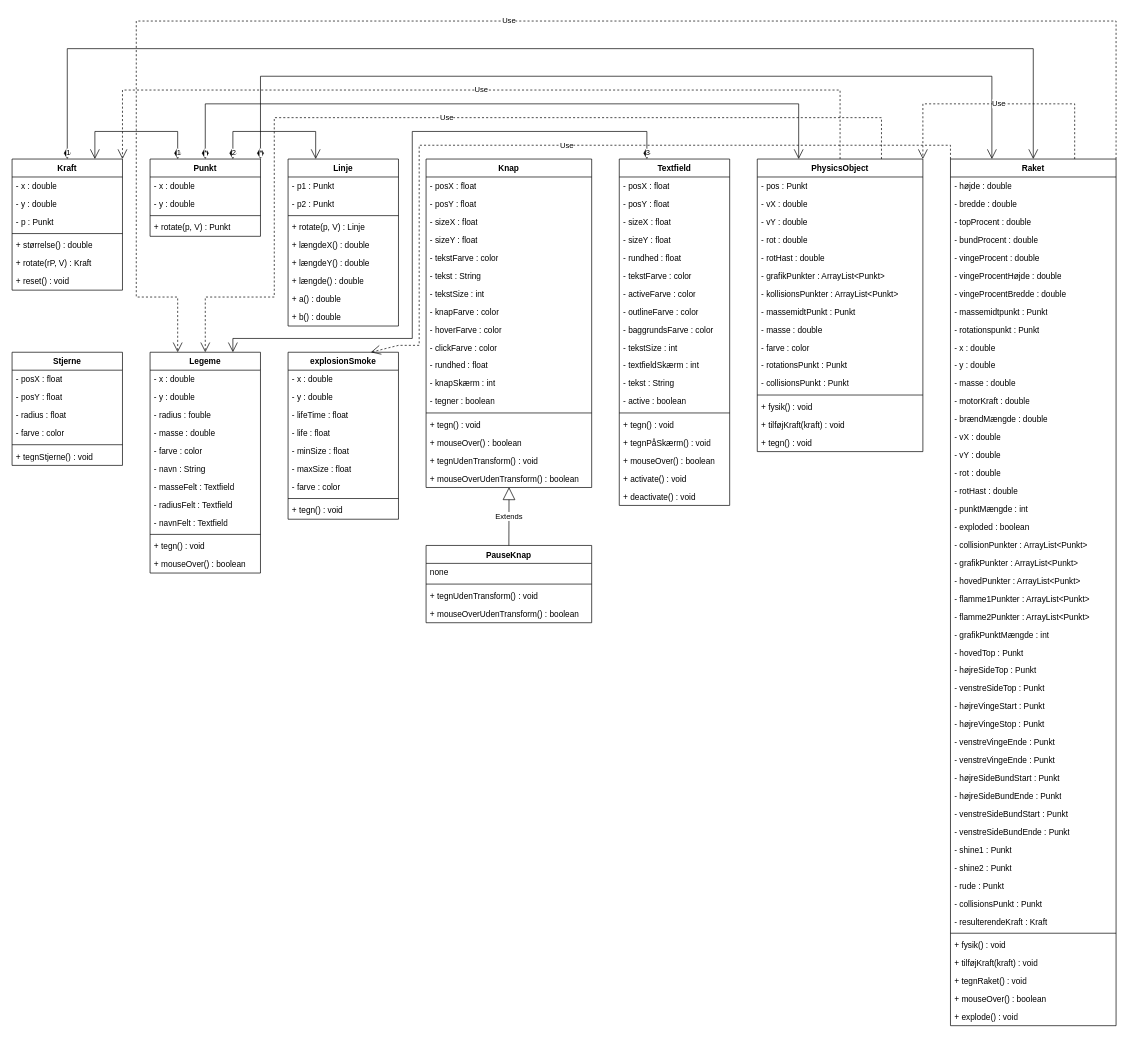
This is Diagram/ClassDiagram.drawio from NuddiGaming/Space-education, a draw.io file, before an edit. Source tidied: cells renumbered, new cells numbered last; positions are measured from the earlier drawing's top-left corner, leaving out a move shared by most shapes. Both pictures are drawn from the tidied source at 69%, with x=0, y=0 at pixel (12, 21).
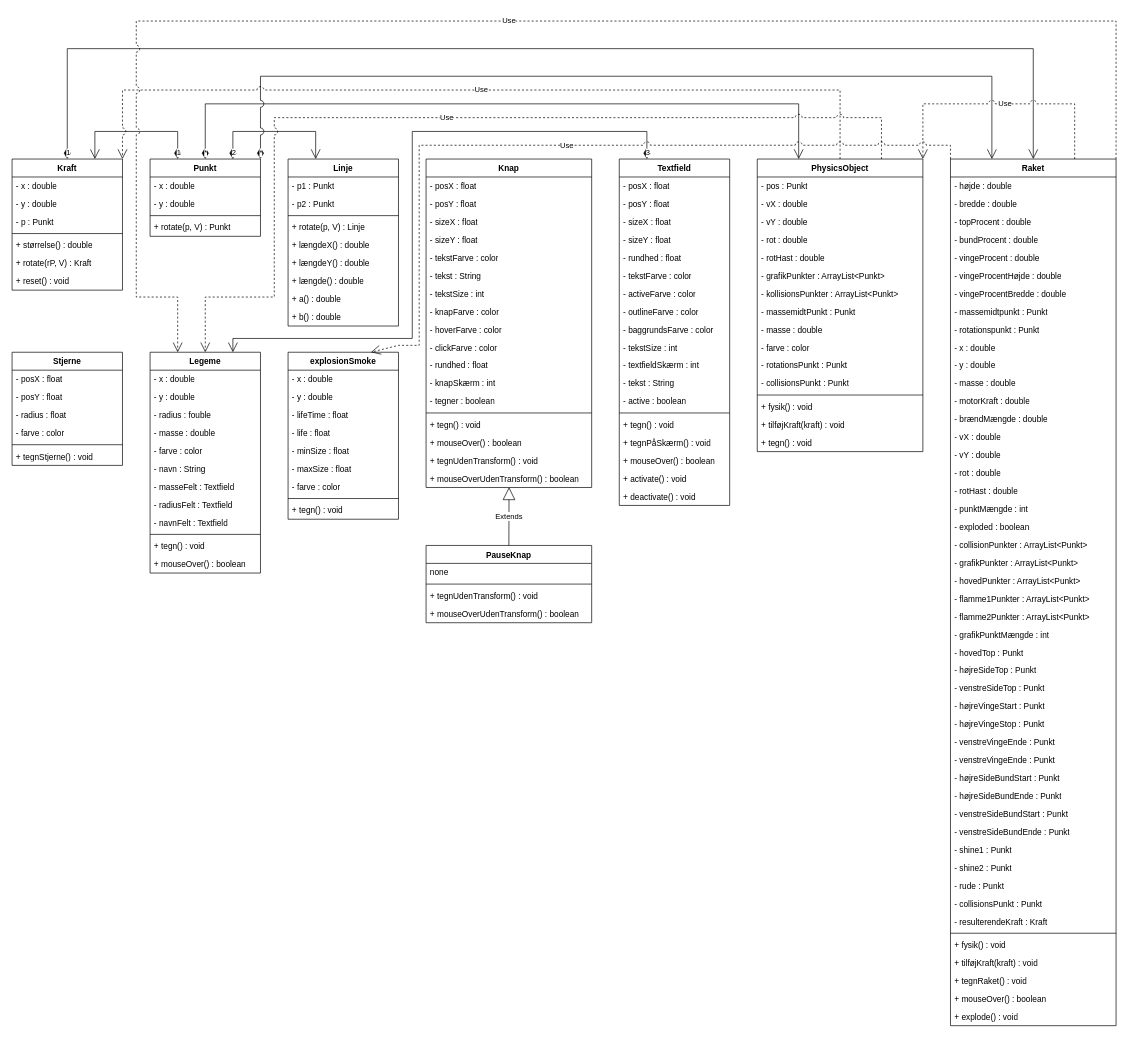
The same diagram, later.

Commit message:
tilføjet linje jumps

The change refers to these unchanged cells:
```xml
<mxCell id="2" value="Kraft" style="swimlane;fontStyle=1;align=center;verticalAlign=top;horizontal=1;startSize=26;whiteSpace=wrap;html=1;" parent="1" vertex="1">
  <mxGeometry y="200" width="160" height="190" as="geometry" />
</mxCell>
<mxCell id="10" value="Punkt" style="swimlane;fontStyle=1;align=center;verticalAlign=top;horizontal=1;startSize=26;whiteSpace=wrap;html=1;" parent="1" vertex="1">
  <mxGeometry x="200" y="200" width="160" height="112" as="geometry" />
</mxCell>
<mxCell id="15" value="Linje" style="swimlane;fontStyle=1;align=center;verticalAlign=top;horizontal=1;startSize=26;whiteSpace=wrap;html=1;" parent="1" vertex="1">
  <mxGeometry x="400" y="200" width="160" height="242" as="geometry" />
</mxCell>
<mxCell id="56" value="Legeme" style="swimlane;fontStyle=1;align=center;verticalAlign=top;horizontal=1;startSize=26;whiteSpace=wrap;html=1;" parent="1" vertex="1">
  <mxGeometry x="200" y="480" width="160" height="320" as="geometry" />
</mxCell>
<mxCell id="69" value="explosionSmoke" style="swimlane;fontStyle=1;align=center;verticalAlign=top;horizontal=1;startSize=26;whiteSpace=wrap;html=1;" parent="1" vertex="1">
  <mxGeometry x="400" y="480" width="160" height="242" as="geometry" />
</mxCell>
<mxCell id="79" value="PhysicsObject" style="swimlane;fontStyle=1;align=center;verticalAlign=top;horizontal=1;startSize=26;whiteSpace=wrap;html=1;" parent="1" vertex="1">
  <mxGeometry x="1080" y="200" width="240" height="424" as="geometry" />
</mxCell>
<mxCell id="96" value="Raket" style="swimlane;fontStyle=1;align=center;verticalAlign=top;horizontal=1;startSize=26;whiteSpace=wrap;html=1;" parent="1" vertex="1">
  <mxGeometry x="1360" y="200" width="240" height="1256" as="geometry" />
</mxCell>
<mxCell id="145" value="Textfield" style="swimlane;fontStyle=1;align=center;verticalAlign=top;horizontal=1;startSize=26;whiteSpace=wrap;html=1;" parent="1" vertex="1">
  <mxGeometry x="880" y="200" width="160" height="502" as="geometry" />
</mxCell>
```

What changed in the source:
```diff
@@
-    <mxCell id="167" value="2" style="endArrow=open;html=1;endSize=12;startArrow=diamondThin;startSize=14;startFill=1;edgeStyle=orthogonalEdgeStyle;align=left;verticalAlign=bottom;rounded=0;exitX=0.75;exitY=0;exitDx=0;exitDy=0;entryX=0.25;entryY=0;entryDx=0;entryDy=0;" parent="1" edge="1" source="10" target="15">
+    <mxCell id="167" value="2" style="endArrow=open;html=1;endSize=12;startArrow=diamondThin;startSize=14;startFill=1;edgeStyle=orthogonalEdgeStyle;align=left;verticalAlign=bottom;rounded=0;exitX=0.75;exitY=0;exitDx=0;exitDy=0;entryX=0.25;entryY=0;entryDx=0;entryDy=0;jumpStyle=arc;" parent="1" edge="1" source="10" target="15">
       <mxGeometry x="-1" y="3" relative="1" as="geometry">
         <Array as="points">
           <mxPoint x="320" y="160" />
           <mxPoint x="440" y="160" />
         </Array>
       </mxGeometry>
     </mxCell>
-    <mxCell id="168" value="3" style="endArrow=open;html=1;endSize=12;startArrow=diamondThin;startSize=14;startFill=1;edgeStyle=orthogonalEdgeStyle;align=left;verticalAlign=bottom;rounded=0;exitX=0.25;exitY=0;exitDx=0;exitDy=0;entryX=0.75;entryY=0;entryDx=0;entryDy=0;" parent="1" edge="1" source="145" target="56">
+    <mxCell id="168" value="3" style="endArrow=open;html=1;endSize=12;startArrow=diamondThin;startSize=14;startFill=1;edgeStyle=orthogonalEdgeStyle;align=left;verticalAlign=bottom;rounded=0;exitX=0.25;exitY=0;exitDx=0;exitDy=0;entryX=0.75;entryY=0;entryDx=0;entryDy=0;jumpStyle=arc;" parent="1" edge="1" source="145" target="56">
       <mxGeometry x="-1" y="3" relative="1" as="geometry">
         <Array as="points">
           <mxPoint x="920" y="160" />
           <mxPoint x="580" y="160" />
           <mxPoint x="580" y="460" />
           <mxPoint x="320" y="460" />
         </Array>
       </mxGeometry>
     </mxCell>
-    <mxCell id="169" value="*" style="endArrow=open;html=1;endSize=12;startArrow=diamondThin;startSize=14;startFill=1;edgeStyle=orthogonalEdgeStyle;align=left;verticalAlign=bottom;rounded=0;exitX=0.5;exitY=0;exitDx=0;exitDy=0;entryX=0.25;entryY=0;entryDx=0;entryDy=0;" parent="1" edge="1" source="10" target="79">
+    <mxCell id="169" value="*" style="endArrow=open;html=1;endSize=12;startArrow=diamondThin;startSize=14;startFill=1;edgeStyle=orthogonalEdgeStyle;align=left;verticalAlign=bottom;rounded=0;exitX=0.5;exitY=0;exitDx=0;exitDy=0;entryX=0.25;entryY=0;entryDx=0;entryDy=0;jumpStyle=arc;" parent="1" edge="1" source="10" target="79">
       <mxGeometry x="-1" y="3" relative="1" as="geometry">
         <Array as="points">
           <mxPoint x="280" y="120" />
           <mxPoint x="1140" y="120" />
         </Array>
       </mxGeometry>
     </mxCell>
-    <mxCell id="170" value="*" style="endArrow=open;html=1;endSize=12;startArrow=diamondThin;startSize=14;startFill=1;edgeStyle=orthogonalEdgeStyle;align=left;verticalAlign=bottom;rounded=0;exitX=1;exitY=0;exitDx=0;exitDy=0;entryX=0.25;entryY=0;entryDx=0;entryDy=0;" parent="1" edge="1" source="10" target="96">
+    <mxCell id="170" value="*" style="endArrow=open;html=1;endSize=12;startArrow=diamondThin;startSize=14;startFill=1;edgeStyle=orthogonalEdgeStyle;align=left;verticalAlign=bottom;rounded=0;exitX=1;exitY=0;exitDx=0;exitDy=0;entryX=0.25;entryY=0;entryDx=0;entryDy=0;jumpStyle=arc;jumpSize=10;" parent="1" edge="1" source="10" target="96">
       <mxGeometry x="-1" y="3" relative="1" as="geometry">
         <Array as="points">
           <mxPoint x="360" y="80" />
           <mxPoint x="1420" y="80" />
         </Array>
       </mxGeometry>
     </mxCell>
-    <mxCell id="171" value="1" style="endArrow=open;html=1;endSize=12;startArrow=diamondThin;startSize=14;startFill=1;edgeStyle=orthogonalEdgeStyle;align=left;verticalAlign=bottom;rounded=0;exitX=0.5;exitY=0;exitDx=0;exitDy=0;entryX=0.5;entryY=0;entryDx=0;entryDy=0;" parent="1" edge="1" source="2" target="96">
+    <mxCell id="171" value="1" style="endArrow=open;html=1;endSize=12;startArrow=diamondThin;startSize=14;startFill=1;edgeStyle=orthogonalEdgeStyle;align=left;verticalAlign=bottom;rounded=0;exitX=0.5;exitY=0;exitDx=0;exitDy=0;entryX=0.5;entryY=0;entryDx=0;entryDy=0;jumpStyle=arc;jumpSize=10;" parent="1" edge="1" source="2" target="96">
       <mxGeometry x="-1" y="3" relative="1" as="geometry">
         <Array as="points">
           <mxPoint x="80" y="40" />
           <mxPoint x="1480" y="40" />
         </Array>
       </mxGeometry>
     </mxCell>
-    <mxCell id="172" value="Use" style="endArrow=open;endSize=12;dashed=1;html=1;rounded=0;exitX=0.5;exitY=0;exitDx=0;exitDy=0;entryX=1;entryY=0;entryDx=0;entryDy=0;" parent="1" edge="1" source="79" target="2">
+    <mxCell id="172" value="Use" style="endArrow=open;endSize=12;dashed=1;html=1;rounded=0;exitX=0.5;exitY=0;exitDx=0;exitDy=0;entryX=1;entryY=0;entryDx=0;entryDy=0;jumpStyle=arc;jumpSize=10;" parent="1" edge="1" source="79" target="2">
       <mxGeometry relative="1" as="geometry">
         <Array as="points">
           <mxPoint x="1200" y="100" />
           <mxPoint x="690" y="100" />
           <mxPoint x="160" y="100" />
         </Array>
       </mxGeometry>
     </mxCell>
-    <mxCell id="173" value="Use" style="endArrow=open;endSize=12;dashed=1;html=1;rounded=0;exitX=0.75;exitY=0;exitDx=0;exitDy=0;entryX=0.5;entryY=0;entryDx=0;entryDy=0;" parent="1" edge="1" source="79" target="56">
+    <mxCell id="173" value="Use" style="endArrow=open;endSize=12;dashed=1;html=1;rounded=0;exitX=0.75;exitY=0;exitDx=0;exitDy=0;entryX=0.5;entryY=0;entryDx=0;entryDy=0;jumpStyle=arc;jumpSize=10;" parent="1" edge="1" source="79" target="56">
       <mxGeometry relative="1" as="geometry">
         <Array as="points">
           <mxPoint x="1260" y="140" />
           <mxPoint x="380" y="140" />
           <mxPoint x="380" y="400" />
           <mxPoint x="280" y="400" />
         </Array>
       </mxGeometry>
     </mxCell>
-    <mxCell id="174" value="Use" style="endArrow=open;endSize=12;dashed=1;html=1;rounded=0;exitX=0.75;exitY=0;exitDx=0;exitDy=0;entryX=1;entryY=0;entryDx=0;entryDy=0;" parent="1" edge="1" source="96" target="79">
-      <mxGeometry relative="1" as="geometry">
+    <mxCell id="174" value="Use" style="endArrow=open;endSize=12;dashed=1;html=1;rounded=0;exitX=0.75;exitY=0;exitDx=0;exitDy=0;entryX=1;entryY=0;entryDx=0;entryDy=0;jumpStyle=arc;jumpSize=10;" parent="1" edge="1" source="96" target="79">
+      <mxGeometry x="-0.05" relative="1" as="geometry">
         <Array as="points">
           <mxPoint x="1540" y="120" />
           <mxPoint x="1430" y="120" />
           <mxPoint x="1320" y="120" />
         </Array>
       </mxGeometry>
     </mxCell>
-    <mxCell id="175" value="Use" style="endArrow=open;endSize=12;dashed=1;html=1;rounded=0;exitX=1;exitY=0;exitDx=0;exitDy=0;entryX=0.25;entryY=0;entryDx=0;entryDy=0;" parent="1" edge="1" source="96" target="56">
+    <mxCell id="175" value="Use" style="endArrow=open;endSize=12;dashed=1;html=1;rounded=0;exitX=1;exitY=0;exitDx=0;exitDy=0;entryX=0.25;entryY=0;entryDx=0;entryDy=0;jumpStyle=arc;jumpSize=10;" parent="1" edge="1" source="96" target="56">
       <mxGeometry relative="1" as="geometry">
         <Array as="points">
           <mxPoint x="1600" />
           <mxPoint x="180" />
           <mxPoint x="180" y="400" />
           <mxPoint x="240" y="400" />
         </Array>
       </mxGeometry>
     </mxCell>
-    <mxCell id="176" value="Use" style="endArrow=open;endSize=12;dashed=1;html=1;rounded=0;exitX=0;exitY=0;exitDx=0;exitDy=0;entryX=0.75;entryY=0;entryDx=0;entryDy=0;" parent="1" edge="1" source="96" target="69">
+    <mxCell id="176" value="Use" style="endArrow=open;endSize=12;dashed=1;html=1;rounded=0;exitX=0;exitY=0;exitDx=0;exitDy=0;entryX=0.75;entryY=0;entryDx=0;entryDy=0;jumpStyle=arc;jumpSize=10;" parent="1" edge="1" source="96" target="69">
       <mxGeometry relative="1" as="geometry">
         <Array as="points">
           <mxPoint x="1360" y="180" />
           <mxPoint x="590" y="180" />
           <mxPoint x="590" y="470" />
           <mxPoint x="560" y="470" />
         </Array>
       </mxGeometry>
     </mxCell>
```
